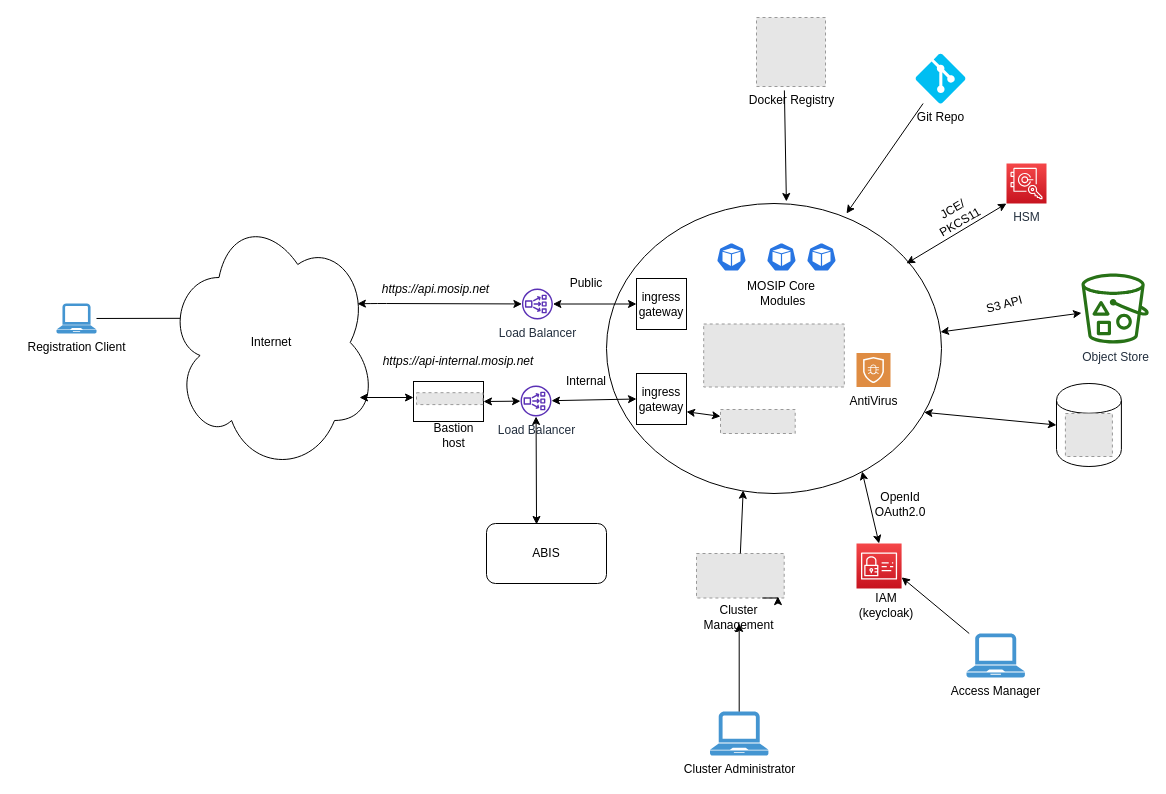
Before: deployment/v3/docs/images/deployment_architecture.drawio in mosip/mosip-infra, a draw.io diagram. Source tidied: cells renumbered, new cells numbered last; positions are measured from the earlier drawing's top-left corner, leaving out a move shared by most shapes. Both pictures are drawn from the tidied source at 100%, with x=0, y=0 at pixel (56, 17). Pictures stored in the file or linked from it are replaced by grey dashed boxes.
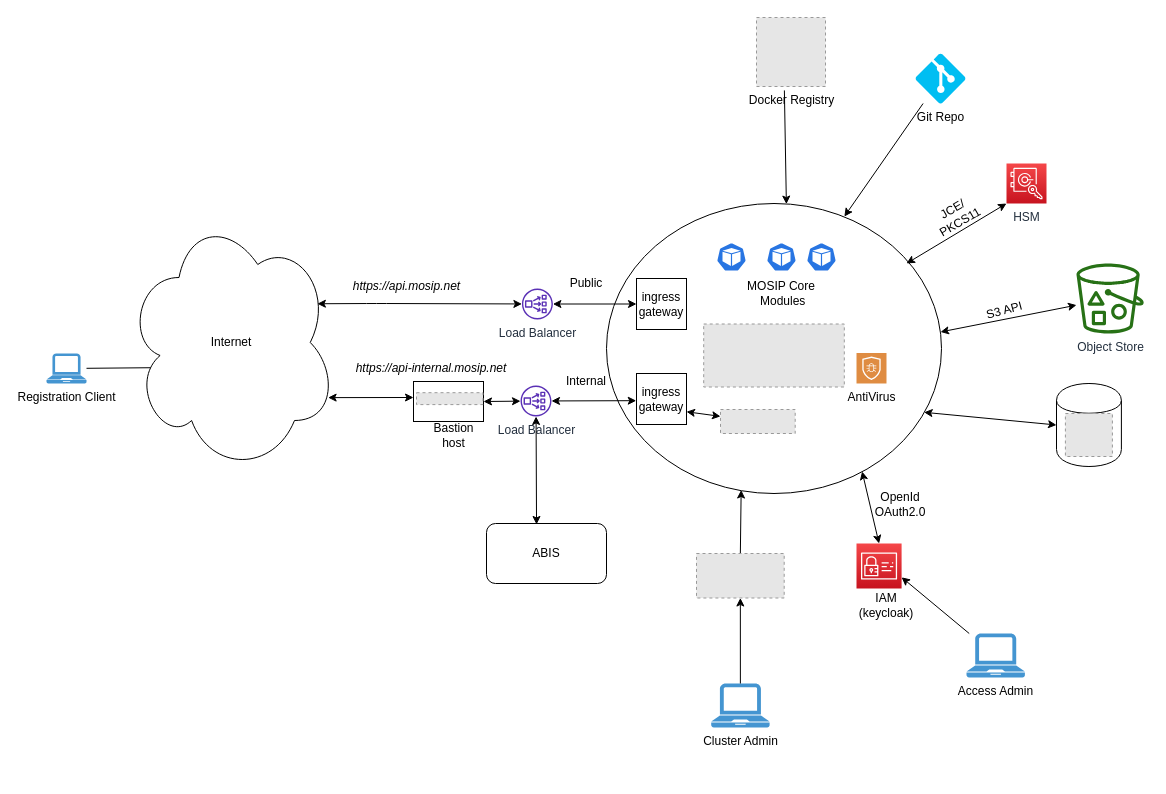
The same page after the edit.

Unchanged cells that the change refers to:
```xml
<mxCell id="3" style="group;" parent="2" vertex="1">
  <mxGeometry y="60" width="335" height="290" as="geometry" />
</mxCell>
<mxCell id="4" style="ellipse;whiteSpace=wrap;html=1;verticalAlign=top;" parent="3" vertex="1">
  <mxGeometry width="335" height="290" as="geometry" />
</mxCell>
<mxCell id="11" value="ingress gateway" style="rounded=0;whiteSpace=wrap;html=1;" parent="3" vertex="1">
  <mxGeometry x="30" y="170" width="50" height="51" as="geometry" />
</mxCell>
<mxCell id="22" value="Git Repo" style="verticalLabelPosition=bottom;html=1;verticalAlign=top;align=center;strokeColor=none;fillColor=#00BEF2;shape=mxgraph.azure.git_repository;" parent="1" vertex="1">
  <mxGeometry x="859" y="36" width="50" height="50" as="geometry" />
</mxCell>
<mxCell id="23" value="Docker Registry" style="fillColor=#E6E6E6;strokeColor=#999999;dashed=1;html=1;verticalAlign=top;verticalLabelPosition=bottom;labelBackgroundColor=#ffffff;" parent="1" vertex="1">
  <mxGeometry x="700" width="69" height="69" as="geometry" />
</mxCell>
<mxCell id="47" value="Load Balancer&lt;br&gt;" style="outlineConnect=0;fontColor=#232F3E;gradientColor=none;fillColor=#5A30B5;strokeColor=none;dashed=0;verticalLabelPosition=bottom;verticalAlign=top;align=center;html=1;fontSize=12;fontStyle=0;shape=mxgraph.aws4.network_load_balancer;" parent="1" vertex="1">
  <mxGeometry x="464" y="368" width="31" height="31" as="geometry" />
</mxCell>
```

Change to the diagram source:
```diff
@@
     <mxCell id="7" value="AntiVirus" style="shadow=0;dashed=0;html=1;strokeColor=none;fillColor=#DF8C42;labelPosition=center;verticalLabelPosition=bottom;verticalAlign=top;align=center;shape=mxgraph.veeam2.antivirus;" parent="3" vertex="1">
-      <mxGeometry x="250" y="149.5" width="34" height="34" as="geometry" />
+      <mxGeometry x="250" y="149.5" width="30" height="30.5" as="geometry" />
     </mxCell>
@@
     <mxCell id="17" value="Registration Client" style="shadow=0;dashed=0;html=1;strokeColor=none;fillColor=#4495D1;labelPosition=center;verticalLabelPosition=bottom;verticalAlign=top;align=center;outlineConnect=0;shape=mxgraph.veeam.laptop;" parent="1" vertex="1">
-      <mxGeometry y="286" width="40" height="30" as="geometry" />
+      <mxGeometry x="-10" y="336" width="40" height="30" as="geometry" />
     </mxCell>
-    <mxCell id="18" style="group;" parent="1" vertex="1">
-      <mxGeometry x="640" y="536" width="100" height="70" as="geometry" />
-    </mxCell>
-    <mxCell id="19" style="fillColor=#E6E6E6;strokeColor=#999999;dashed=1;verticalLabelPosition=bottom;labelBackgroundColor=#ffffff;verticalAlign=top;" parent="18" vertex="1">
-      <mxGeometry width="87.7" height="44.5" as="geometry" />
-    </mxCell>
-    <mxCell id="20" value="Cluster Management&lt;br&gt;" style="text;html=1;strokeColor=none;fillColor=none;align=center;verticalAlign=middle;whiteSpace=wrap;rounded=0;" parent="18" vertex="1">
-      <mxGeometry x="28.2" y="57.3" width="29" height="12.7" as="geometry" />
-    </mxCell>
-    <mxCell id="21" style="edgeStyle=orthogonalEdgeStyle;rounded=0;orthogonalLoop=1;jettySize=auto;html=1;exitX=0.75;exitY=1;exitDx=0;exitDy=0;entryX=0.928;entryY=0.968;entryDx=0;entryDy=0;entryPerimeter=0;" parent="18" edge="1" source="19" target="19">
-      <mxGeometry relative="1" as="geometry" />
-    </mxCell>
@@
-    <mxCell id="24" value="Cluster Administrator" style="shadow=0;dashed=0;html=1;strokeColor=none;fillColor=#4495D1;labelPosition=center;verticalLabelPosition=bottom;verticalAlign=top;align=center;outlineConnect=0;shape=mxgraph.veeam.laptop;" parent="1" vertex="1">
-      <mxGeometry x="653.5" y="694.1" width="58.4" height="44" as="geometry" />
+    <mxCell id="24" value="Cluster Admin" style="shadow=0;dashed=0;html=1;strokeColor=none;fillColor=#4495D1;labelPosition=center;verticalLabelPosition=bottom;verticalAlign=top;align=center;outlineConnect=0;shape=mxgraph.veeam.laptop;" parent="1" vertex="1">
+      <mxGeometry x="654.7" y="666" width="58.4" height="44" as="geometry" />
     </mxCell>
-    <mxCell id="25" value="Access Manager" style="shadow=0;dashed=0;html=1;strokeColor=none;fillColor=#4495D1;labelPosition=center;verticalLabelPosition=bottom;verticalAlign=top;align=center;outlineConnect=0;shape=mxgraph.veeam.laptop;" parent="1" vertex="1">
+    <mxCell id="25" value="Access Admin" style="shadow=0;dashed=0;html=1;strokeColor=none;fillColor=#4495D1;labelPosition=center;verticalLabelPosition=bottom;verticalAlign=top;align=center;outlineConnect=0;shape=mxgraph.veeam.laptop;" parent="1" vertex="1">
       <mxGeometry x="910" y="616" width="58.4" height="44" as="geometry" />
     </mxCell>
@@
     <mxCell id="31" value="Object Store" style="outlineConnect=0;fontColor=#232F3E;gradientColor=none;fillColor=#277116;strokeColor=none;dashed=0;verticalLabelPosition=bottom;verticalAlign=top;align=center;html=1;fontSize=12;fontStyle=0;shape=mxgraph.aws4.bucket_with_objects;" parent="1" vertex="1">
-      <mxGeometry x="1025" y="256" width="67.3" height="70" as="geometry" />
+      <mxGeometry x="1020" y="246" width="67.3" height="70" as="geometry" />
     </mxCell>
@@
-    <mxCell id="39" style="endArrow=classic;html=1;entryX=0.408;entryY=0.989;entryDx=0;entryDy=0;entryPerimeter=0;exitX=0.5;exitY=0;exitDx=0;exitDy=0;" parent="1" edge="1" source="19" target="4">
+    <mxCell id="39" style="endArrow=classic;html=1;entryX=0.402;entryY=0.988;entryDx=0;entryDy=0;entryPerimeter=0;exitX=0.5;exitY=0;exitDx=0;exitDy=0;" parent="1" edge="1" source="19" target="4">
       <mxGeometry relative="1" as="geometry" />
     </mxCell>
@@
-    <mxCell id="41" style="endArrow=classic;html=1;entryX=0.537;entryY=-0.007;entryDx=0;entryDy=0;entryPerimeter=0;exitX=0.404;exitY=1.057;exitDx=0;exitDy=0;exitPerimeter=0;" parent="1" edge="1" source="23" target="4">
+    <mxCell id="41" style="endArrow=classic;html=1;entryX=0.537;entryY=0.002;entryDx=0;entryDy=0;entryPerimeter=0;exitX=0.404;exitY=1.057;exitDx=0;exitDy=0;exitPerimeter=0;" parent="1" edge="1" source="23" target="4">
       <mxGeometry relative="1" as="geometry" />
     </mxCell>
-    <mxCell id="42" style="endArrow=classic;html=1;" parent="1" edge="1" source="22">
-      <mxGeometry relative="1" as="geometry">
-        <mxPoint x="790" y="196" as="targetPoint" />
-      </mxGeometry>
+    <mxCell id="42" style="endArrow=classic;html=1;entryX=0.71;entryY=0.045;entryDx=0;entryDy=0;entryPerimeter=0;" parent="1" edge="1" source="22" target="4">
+      <mxGeometry relative="1" as="geometry" />
     </mxCell>
@@
-    <mxCell id="45" style="endArrow=classic;startArrow=classic;html=1;entryX=0;entryY=0.5;entryDx=0;entryDy=0;" parent="1" edge="1" source="47" target="11">
+    <mxCell id="45" style="endArrow=classic;startArrow=classic;html=1;entryX=-0.005;entryY=0.533;entryDx=0;entryDy=0;entryPerimeter=0;" parent="1" edge="1" source="47" target="11">
       <mxGeometry relative="1" as="geometry" />
     </mxCell>
@@
     <mxCell id="50" value="Internet" style="ellipse;shape=cloud;whiteSpace=wrap;html=1;" parent="1" vertex="1">
-      <mxGeometry x="110" y="195" width="210" height="260" as="geometry" />
+      <mxGeometry x="70" y="195" width="210" height="260" as="geometry" />
     </mxCell>
@@
-    <mxCell id="52" style="endArrow=classic;startArrow=classic;html=1;exitX=0.8;exitY=0.8;exitDx=0;exitDy=0;exitPerimeter=0;" parent="1" edge="1">
+    <mxCell id="52" style="endArrow=classic;startArrow=classic;html=1;exitX=0.96;exitY=0.712;exitDx=0;exitDy=0;exitPerimeter=0;" parent="1" edge="1" source="50">
       <mxGeometry relative="1" as="geometry">
-        <mxPoint x="303" y="380" as="sourcePoint" />
         <mxPoint x="357" y="380" as="targetPoint" />
       </mxGeometry>
     </mxCell>
     <mxCell id="53" value="&lt;font style=&quot;font-size: 12px&quot;&gt;&lt;i&gt;https://api.mosip.net&lt;/i&gt;&lt;/font&gt;" style="text;html=1;strokeColor=none;fillColor=none;align=center;verticalAlign=middle;whiteSpace=wrap;rounded=0;" parent="1" vertex="1">
-      <mxGeometry x="349" y="265" width="61" height="14" as="geometry" />
+      <mxGeometry x="320" y="262" width="61" height="14" as="geometry" />
     </mxCell>
     <mxCell id="54" value="&lt;font style=&quot;font-size: 12px&quot;&gt;&lt;i&gt;https://api-internal.mosip.net&lt;/i&gt;&lt;/font&gt;" style="text;html=1;strokeColor=none;fillColor=none;align=center;verticalAlign=middle;whiteSpace=wrap;rounded=0;" parent="1" vertex="1">
-      <mxGeometry x="287" y="334" width="230" height="20" as="geometry" />
+      <mxGeometry x="260" y="341" width="230" height="20" as="geometry" />
     </mxCell>
-    <mxCell id="55" style="endArrow=none;html=1;entryX=0.067;entryY=0.407;entryDx=0;entryDy=0;entryPerimeter=0;" parent="1" edge="1" source="17" target="50">
+    <mxCell id="55" style="endArrow=none;html=1;entryX=0.115;entryY=0.597;entryDx=0;entryDy=0;entryPerimeter=0;" parent="1" edge="1" source="17" target="50">
       <mxGeometry relative="1" as="geometry" />
     </mxCell>
-    <mxCell id="56" style="endArrow=classic;html=1;entryX=0.5;entryY=1;entryDx=0;entryDy=0;" parent="1" edge="1" source="24" target="20">
-      <mxGeometry relative="1" as="geometry" />
-    </mxCell>
@@
     <mxCell id="60" value="S3 API" style="text;html=1;strokeColor=none;fillColor=none;align=center;verticalAlign=middle;whiteSpace=wrap;rounded=0;rotation=-15;" parent="1" vertex="1">
-      <mxGeometry x="928.4" y="276.5" width="40" height="20" as="geometry" />
+      <mxGeometry x="928.4" y="282.5" width="40" height="20" as="geometry" />
     </mxCell>
@@
+    <mxCell id="19" style="fillColor=#E6E6E6;strokeColor=#999999;dashed=1;verticalLabelPosition=bottom;labelBackgroundColor=#ffffff;verticalAlign=top;" parent="1" vertex="1">
+      <mxGeometry x="640" y="536" width="87.7" height="44.5" as="geometry" />
+    </mxCell>
+    <mxCell id="63" style="endArrow=classic;html=1;entryX=0.5;entryY=1;entryDx=0;entryDy=0;" parent="1" edge="1" source="24" target="19">
+      <mxGeometry relative="1" as="geometry" />
+    </mxCell>
```
